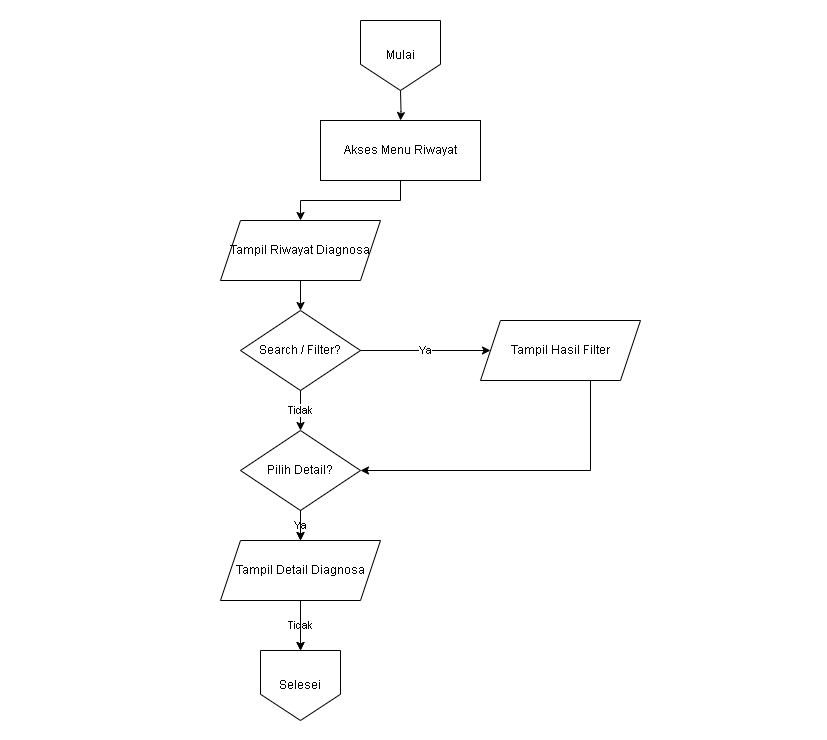
Before: diagram/flowchart/riwayat.png, a diagram exported from draw.io (Jinsky/Jinsky). Source tidied: cells renumbered, new cells last; positions are measured from the earlier drawing's top-left corner, leaving out a move shared by most shapes.
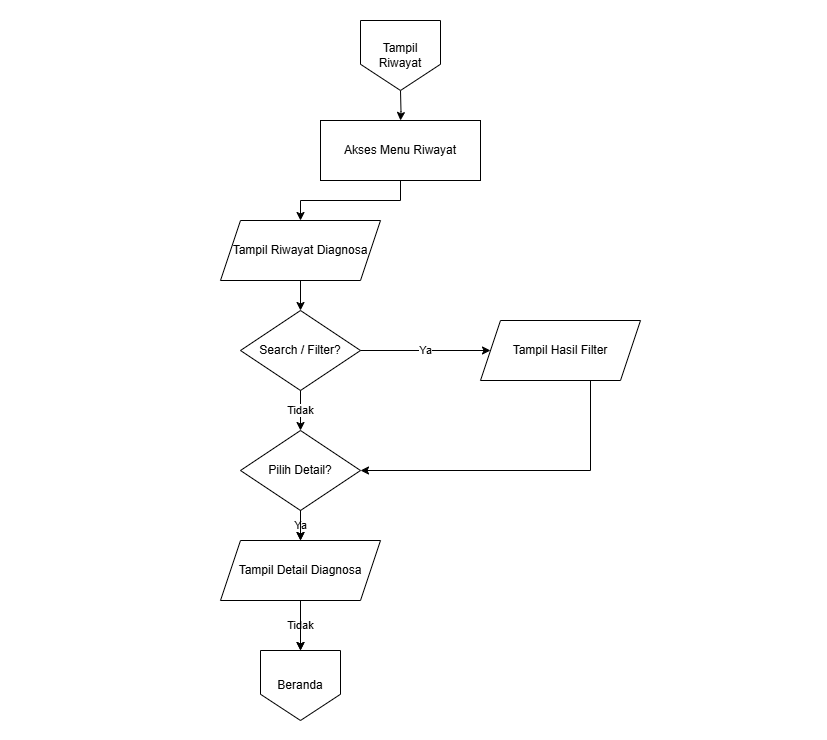
After the commit.

Change to the diagram source:
```diff
@@ -63,10 +63,10 @@
     <mxCell id="18" value="Tampil Detail Diagnosa" style="shape=parallelogram;perimeter=parallelogramPerimeter;whiteSpace=wrap;html=1;fixedSize=1;fontSize=12;fillColor=#ffffff;strokeColor=#000000;" parent="1" vertex="1">
       <mxGeometry x="220" y="540" width="160" height="60" as="geometry" />
     </mxCell>
-    <mxCell id="19" value="Mulai" style="shape=offPageConnector;whiteSpace=wrap;html=1;" parent="1" vertex="1">
+    <mxCell id="19" value="Tampil Riwayat" style="shape=offPageConnector;whiteSpace=wrap;html=1;" parent="1" vertex="1">
       <mxGeometry x="360" y="20" width="80" height="70" as="geometry" />
     </mxCell>
-    <mxCell id="20" value="Selesei" style="shape=offPageConnector;whiteSpace=wrap;html=1;" parent="1" vertex="1">
+    <mxCell id="20" value="Beranda" style="shape=offPageConnector;whiteSpace=wrap;html=1;" parent="1" vertex="1">
       <mxGeometry x="260" y="650" width="80" height="70" as="geometry" />
     </mxCell>
   </root>
```
